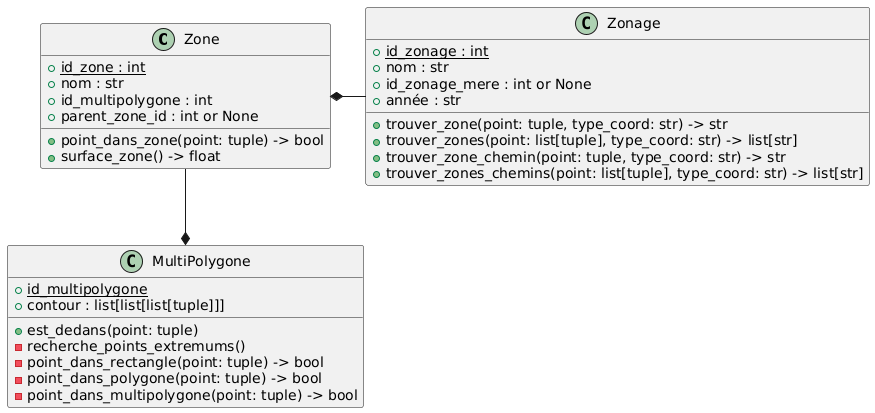
Above: doc/diagrammes/diagramme_classes.png in antoni-guardia/ENSAI_ProjetInfo2A (PlantUML), before the change.
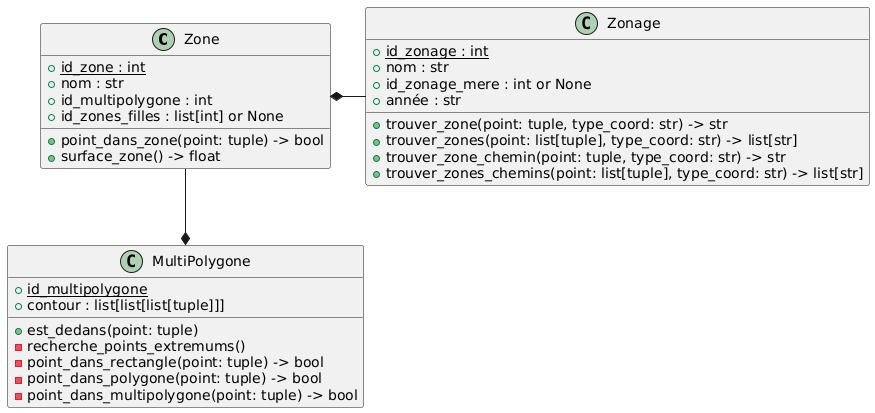
The same diagram one commit later.

Commit message:
coquille diagrammes + implementation meth mancantes zonage

The edit, as a diff of the source:
```diff
@@ -3,7 +3,7 @@
  + {Static} id_zone : int
  + nom : str
  + id_multipolygone : int
- + parent_zone_id : int or None
+ + id_zones_filles : list[int] or None
  + point_dans_zone(point: tuple) -> bool
  + surface_zone() -> float
  }
```
